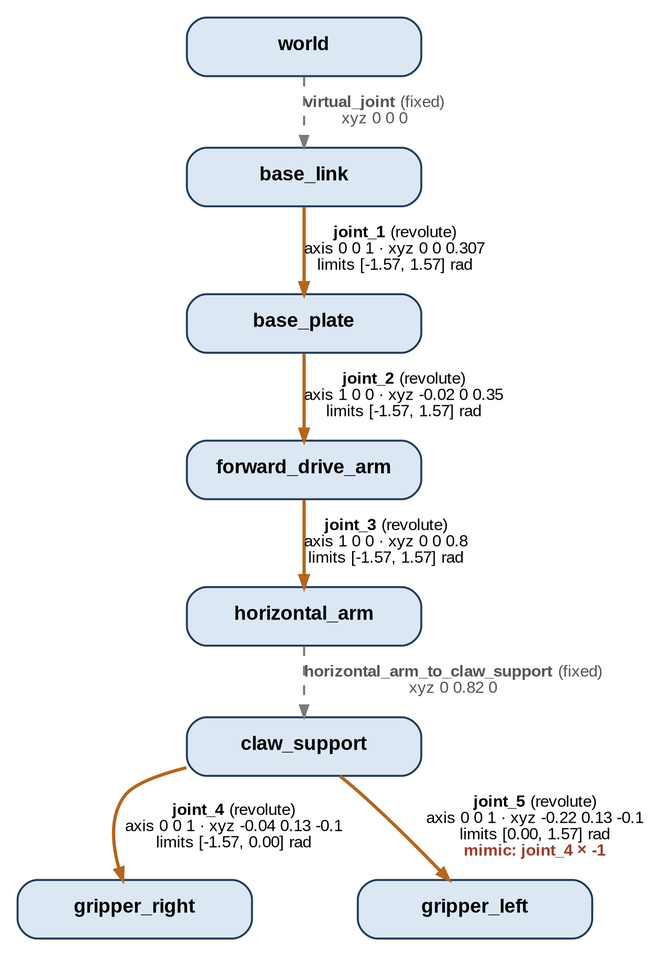
Above: ros2_manipulator_assignment/report/figures/fig05_urdf_tree.png in blertahajdiniazemi/tower (Graphviz), before the change. Its source is kept beside it as ros2_manipulator_assignment/report/figures/src/fig05_urdf_tree.dot. The source it was exported from:
```dot
digraph urdf {
  graph [rankdir=TB, fontname="Liberation Sans", nodesep=0.9, ranksep=0.32, pad=0.15];
  node [fontname="Liberation Sans", fontsize=12, shape=box, style="rounded,filled", fillcolor="#dbe7f3", color="#1f3b5a", penwidth=1.2, width=2.0];
  edge [fontname="Liberation Sans", fontsize=10, color="#1f3b5a", penwidth=1.3, arrowsize=0.7];
  "world" [label=<<b>world</b>>];
  "base_link" [label=<<b>base_link</b>>];
  "base_plate" [label=<<b>base_plate</b>>];
  "forward_drive_arm" [label=<<b>forward_drive_arm</b>>];
  "horizontal_arm" [label=<<b>horizontal_arm</b>>];
  "claw_support" [label=<<b>claw_support</b>>];
  "gripper_right" [label=<<b>gripper_right</b>>];
  "gripper_left" [label=<<b>gripper_left</b>>];
  "world" -> "base_link" [style=dashed, color="#7a7a7a", label=<<font color="#555555"><b>virtual_joint</b> (fixed)<br/>xyz 0 0 0</font>>];
  "base_link" -> "base_plate" [color="#b5651d", penwidth=2.0, label=<<b>joint_1</b> (revolute)<br/>axis 0 0 1 · xyz 0 0 0.307<br/>limits [-1.57, 1.57] rad>];
  "base_plate" -> "forward_drive_arm" [color="#b5651d", penwidth=2.0, label=<<b>joint_2</b> (revolute)<br/>axis 1 0 0 · xyz -0.02 0 0.35<br/>limits [-1.57, 1.57] rad>];
  "forward_drive_arm" -> "horizontal_arm" [color="#b5651d", penwidth=2.0, label=<<b>joint_3</b> (revolute)<br/>axis 1 0 0 · xyz 0 0 0.8<br/>limits [-1.57, 1.57] rad>];
  "horizontal_arm" -> "claw_support" [style=dashed, color="#7a7a7a", label=<<font color="#555555"><b>horizontal_arm_to_claw_support</b> (fixed)<br/>xyz 0 0.82 0</font>>];
  "claw_support" -> "gripper_right" [color="#b5651d", penwidth=2.0, label=<<b>joint_4</b> (revolute)<br/>axis 0 0 1 · xyz -0.04 0.13 -0.1<br/>limits [-1.57, 0.00] rad>];
  "claw_support" -> "gripper_left" [color="#b5651d", penwidth=2.0, label=<<b>joint_5</b> (revolute)<br/>axis 0 0 1 · xyz -0.22 0.13 -0.1<br/>limits [0.00, 1.57] rad<br/><font color="#9b3d2b"><b>mimic: joint_4 × -1</b></font>>];
}
```
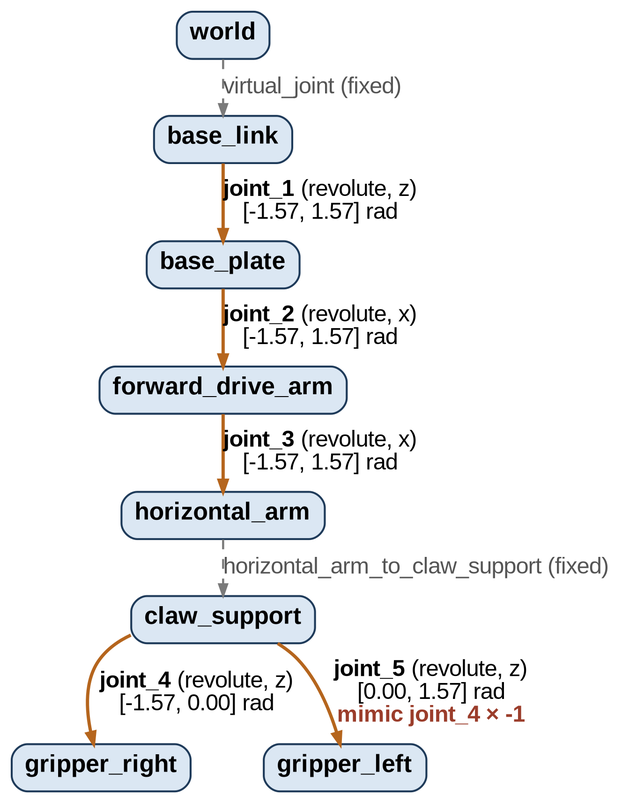
Later version of the same file.

Diff of the diagram source:
```diff
@@ -1,7 +1,7 @@
 digraph urdf {
-  graph [rankdir=TB, fontname="Liberation Sans", nodesep=0.9, ranksep=0.32, pad=0.15];
-  node [fontname="Liberation Sans", fontsize=12, shape=box, style="rounded,filled", fillcolor="#dbe7f3", color="#1f3b5a", penwidth=1.2, width=2.0];
-  edge [fontname="Liberation Sans", fontsize=10, color="#1f3b5a", penwidth=1.3, arrowsize=0.7];
+  graph [rankdir=TB, fontname="Liberation Sans", nodesep=0.35, ranksep=0.28, pad=0.1];
+  node [fontname="Liberation Sans", fontsize=15, shape=box, style="rounded,filled", fillcolor="#dbe7f3", color="#1f3b5a", penwidth=1.2, height=0.4];
+  edge [fontname="Liberation Sans", fontsize=14, color="#1f3b5a", penwidth=1.3, arrowsize=0.7];
   "world" [label=<<b>world</b>>];
   "base_link" [label=<<b>base_link</b>>];
   "base_plate" [label=<<b>base_plate</b>>];
@@ -10,11 +10,11 @@
   "claw_support" [label=<<b>claw_support</b>>];
   "gripper_right" [label=<<b>gripper_right</b>>];
   "gripper_left" [label=<<b>gripper_left</b>>];
-  "world" -> "base_link" [style=dashed, color="#7a7a7a", label=<<font color="#555555"><b>virtual_joint</b> (fixed)<br/>xyz 0 0 0</font>>];
-  "base_link" -> "base_plate" [color="#b5651d", penwidth=2.0, label=<<b>joint_1</b> (revolute)<br/>axis 0 0 1 · xyz 0 0 0.307<br/>limits [-1.57, 1.57] rad>];
-  "base_plate" -> "forward_drive_arm" [color="#b5651d", penwidth=2.0, label=<<b>joint_2</b> (revolute)<br/>axis 1 0 0 · xyz -0.02 0 0.35<br/>limits [-1.57, 1.57] rad>];
-  "forward_drive_arm" -> "horizontal_arm" [color="#b5651d", penwidth=2.0, label=<<b>joint_3</b> (revolute)<br/>axis 1 0 0 · xyz 0 0 0.8<br/>limits [-1.57, 1.57] rad>];
-  "horizontal_arm" -> "claw_support" [style=dashed, color="#7a7a7a", label=<<font color="#555555"><b>horizontal_arm_to_claw_support</b> (fixed)<br/>xyz 0 0.82 0</font>>];
-  "claw_support" -> "gripper_right" [color="#b5651d", penwidth=2.0, label=<<b>joint_4</b> (revolute)<br/>axis 0 0 1 · xyz -0.04 0.13 -0.1<br/>limits [-1.57, 0.00] rad>];
-  "claw_support" -> "gripper_left" [color="#b5651d", penwidth=2.0, label=<<b>joint_5</b> (revolute)<br/>axis 0 0 1 · xyz -0.22 0.13 -0.1<br/>limits [0.00, 1.57] rad<br/><font color="#9b3d2b"><b>mimic: joint_4 × -1</b></font>>];
+  "world" -> "base_link" [style=dashed, color="#7a7a7a", label=<<font color="#555555">virtual_joint (fixed)</font>>];
+  "base_link" -> "base_plate" [color="#b5651d", penwidth=2.0, label=<<b>joint_1</b> (revolute, z)<br/>[-1.57, 1.57] rad>];
+  "base_plate" -> "forward_drive_arm" [color="#b5651d", penwidth=2.0, label=<<b>joint_2</b> (revolute, x)<br/>[-1.57, 1.57] rad>];
+  "forward_drive_arm" -> "horizontal_arm" [color="#b5651d", penwidth=2.0, label=<<b>joint_3</b> (revolute, x)<br/>[-1.57, 1.57] rad>];
+  "horizontal_arm" -> "claw_support" [style=dashed, color="#7a7a7a", label=<<font color="#555555">horizontal_arm_to_claw_support (fixed)</font>>];
+  "claw_support" -> "gripper_right" [color="#b5651d", penwidth=2.0, label=<<b>joint_4</b> (revolute, z)<br/>[-1.57, 0.00] rad>];
+  "claw_support" -> "gripper_left" [color="#b5651d", penwidth=2.0, label=<<b>joint_5</b> (revolute, z)<br/>[0.00, 1.57] rad<br/><font color="#9b3d2b"><b>mimic joint_4 × -1</b></font>>];
 }
```
